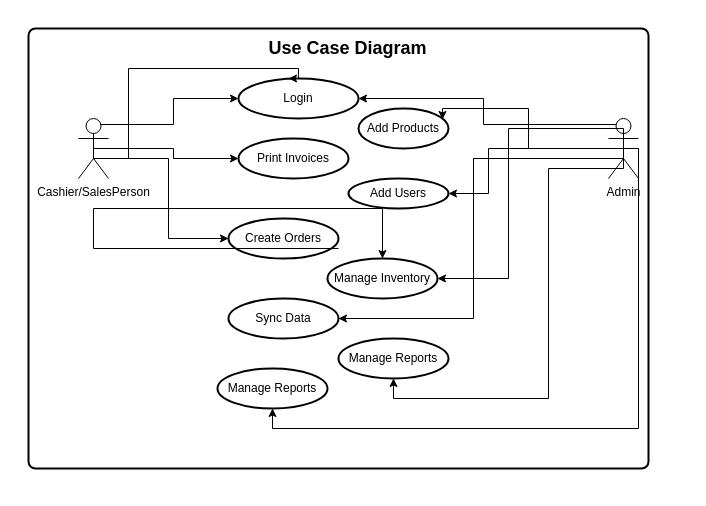
Before: Untitled Diagram.drawio in Mwabamwaba/POS-MS-Access-VBA, a draw.io diagram. Source tidied: cells renumbered, new cells numbered last; positions are measured from the earlier drawing's top-left corner, leaving out a move shared by most shapes. Both pictures are drawn from the tidied source at 100%, with x=0, y=0 at pixel (28, 28).
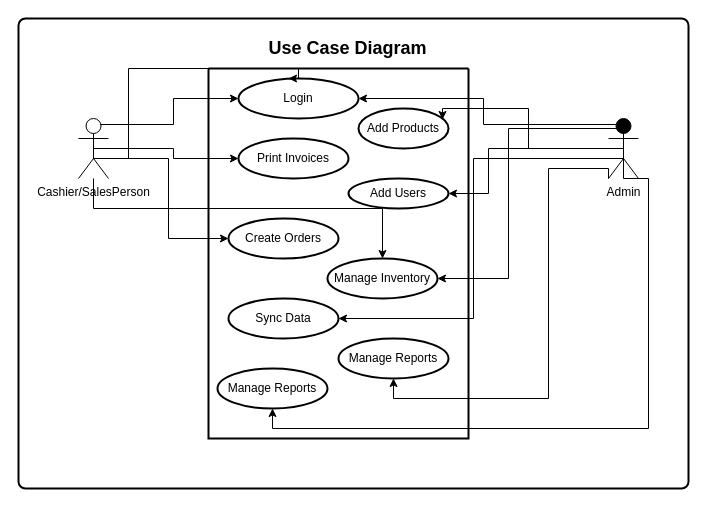
Above is the later version.

The change refers to these unchanged cells:
```xml
<mxCell id="8" value="Manage Inventory" style="strokeWidth=2;html=1;shape=mxgraph.flowchart.start_1;whiteSpace=wrap;" parent="1" vertex="1">
  <mxGeometry x="299" y="230" width="110" height="40" as="geometry" />
</mxCell>
<mxCell id="10" value="Manage Reports" style="strokeWidth=2;html=1;shape=mxgraph.flowchart.start_1;whiteSpace=wrap;" parent="1" vertex="1">
  <mxGeometry x="310" y="310" width="110" height="40" as="geometry" />
</mxCell>
<mxCell id="13" value="Cashier/SalesPerson" style="shape=umlActor;verticalLabelPosition=bottom;verticalAlign=top;html=1;outlineConnect=0;" parent="1" vertex="1">
  <mxGeometry x="50" y="90" width="30" height="60" as="geometry" />
</mxCell>
<mxCell id="22" value="Manage Reports" style="strokeWidth=2;html=1;shape=mxgraph.flowchart.start_1;whiteSpace=wrap;" parent="1" vertex="1">
  <mxGeometry x="189" y="340" width="110" height="40" as="geometry" />
</mxCell>
```

The edit, as a diff of the source:
```diff
@@
     <mxCell id="2" style="rounded=1;whiteSpace=wrap;html=1;absoluteArcSize=1;arcSize=14;strokeWidth=2;" parent="1" vertex="1">
-      <mxGeometry width="620" height="440" as="geometry" />
+      <mxGeometry x="-10" y="-10" width="670" height="470" as="geometry" />
     </mxCell>
@@
     <mxCell id="15" style="edgeStyle=orthogonalEdgeStyle;rounded=0;jettySize=auto;html=1;exitX=0.5;exitY=0.5;exitDx=0;exitDy=0;exitPerimeter=0;entryX=0.5;entryY=1;entryDx=0;entryDy=0;entryPerimeter=0;" parent="1" edge="1" source="16" target="22">
       <mxGeometry relative="1" as="geometry">
         <Array as="points">
-          <mxPoint x="610" y="120" />
-          <mxPoint x="610" y="400" />
+          <mxPoint x="595" y="150" />
+          <mxPoint x="620" y="150" />
+          <mxPoint x="620" y="400" />
           <mxPoint x="244" y="400" />
         </Array>
       </mxGeometry>
     </mxCell>
-    <mxCell id="16" value="Admin" style="shape=umlActor;verticalLabelPosition=bottom;verticalAlign=top;html=1;outlineConnect=0;" parent="1" vertex="1">
+    <mxCell id="16" value="Admin" style="shape=umlActor;verticalLabelPosition=bottom;verticalAlign=top;html=1;outlineConnect=0;strokeColor=#000000;fillColor=#000000;" parent="1" vertex="1">
       <mxGeometry x="580" y="90" width="30" height="60" as="geometry" />
     </mxCell>
@@
-    <mxCell id="23" style="edgeStyle=orthogonalEdgeStyle;rounded=0;jettySize=auto;html=1;exitX=0.5;exitY=0.5;exitDx=0;exitDy=0;exitPerimeter=0;entryX=0.5;entryY=1;entryDx=0;entryDy=0;entryPerimeter=0;" parent="1" edge="1" source="16" target="10">
+    <mxCell id="23" style="edgeStyle=orthogonalEdgeStyle;rounded=0;jettySize=auto;html=1;exitX=0;exitY=1;exitDx=0;exitDy=0;exitPerimeter=0;entryX=0.5;entryY=1;entryDx=0;entryDy=0;entryPerimeter=0;" parent="1" edge="1" source="16" target="10">
       <mxGeometry relative="1" as="geometry">
         <Array as="points">
-          <mxPoint x="595" y="140" />
+          <mxPoint x="580" y="140" />
           <mxPoint x="520" y="140" />
           <mxPoint x="520" y="370" />
           <mxPoint x="365" y="370" />
         </Array>
       </mxGeometry>
     </mxCell>
-    <mxCell id="24" style="edgeStyle=orthogonalEdgeStyle;rounded=0;jettySize=auto;html=1;exitX=0.5;exitY=0.5;exitDx=0;exitDy=0;exitPerimeter=0;entryX=0.5;entryY=0;entryDx=0;entryDy=0;entryPerimeter=0;" parent="1" edge="1" source="2" target="8">
+    <mxCell id="24" style="edgeStyle=orthogonalEdgeStyle;rounded=0;jettySize=auto;html=1;entryX=0.5;entryY=0;entryDx=0;entryDy=0;entryPerimeter=0;" parent="1" edge="1" source="13" target="8">
       <mxGeometry relative="1" as="geometry">
         <Array as="points">
           <mxPoint x="65" y="180" />
           <mxPoint x="354" y="180" />
         </Array>
       </mxGeometry>
     </mxCell>
@@
+    <mxCell id="27" style="swimlane;startSize=0;strokeWidth=2;fillColor=#F5F5F5;" parent="1" vertex="1">
+      <mxGeometry x="180" y="40" width="260" height="370" as="geometry" />
+    </mxCell>
```
